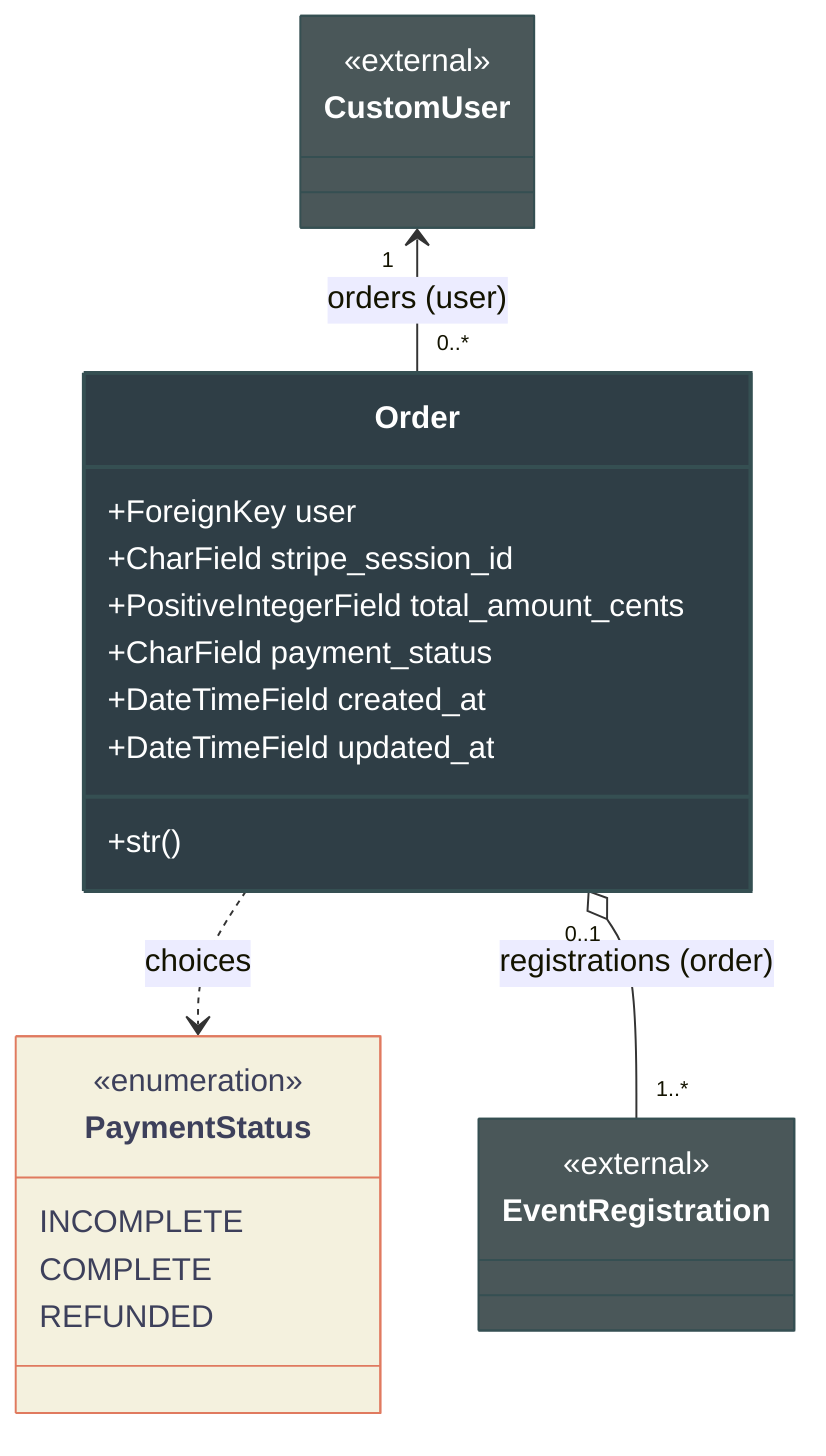
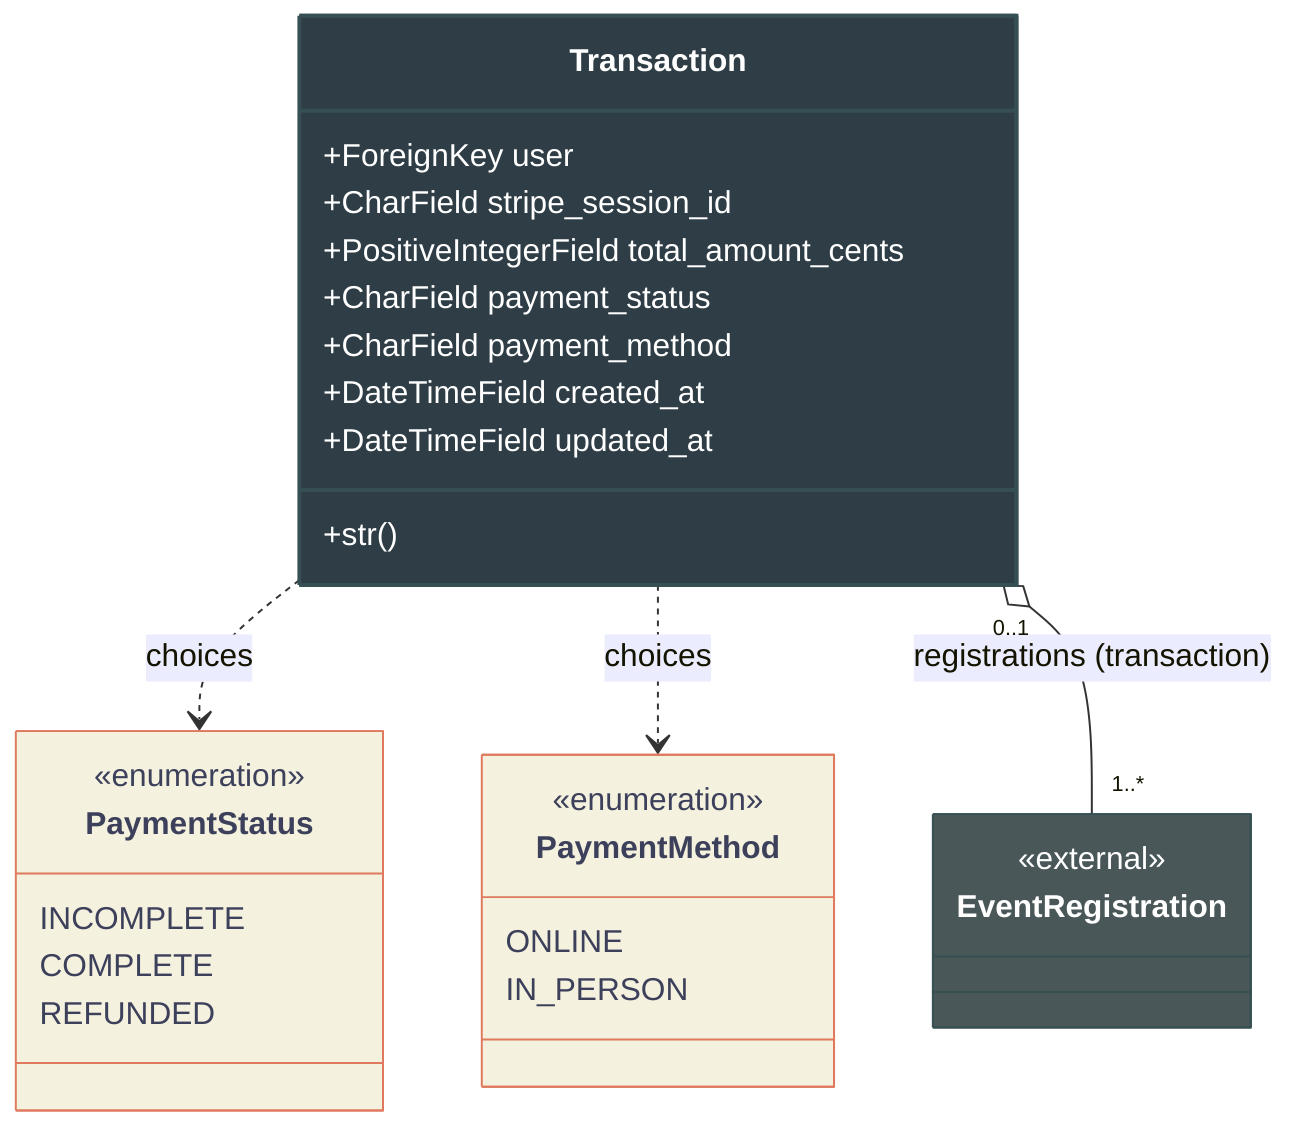
classDiagram
    direction TB

    %% Enums
    class PaymentStatus {
        <<enumeration>>
        INCOMPLETE
        COMPLETE
        REFUNDED
    }

+     class PaymentMethod {
+         <<enumeration>>
+         ONLINE
+         IN_PERSON
+     }
+ 
    %% Main App Models
-     class Order {
+     class Transaction {
        +ForeignKey user
        +CharField stripe_session_id
        +PositiveIntegerField total_amount_cents
        +CharField payment_status
+         +CharField payment_method
        +DateTimeField created_at
        +DateTimeField updated_at
        +str()
    }

    %% External Cross-App References
-     class CustomUser {
-         <<external>>
-     }
    class EventRegistration {
        <<external>>
    }

    %% Establishing Data Relationships
-     Order ..> PaymentStatus : choices
+     Transaction ..> PaymentStatus : choices
+     Transaction ..> PaymentMethod : choices

    %% Cross-App Hooks
-     CustomUser "1" <-- "0..*" Order : orders (user)
-     Order "0..1" o-- "1..*" EventRegistration : registrations (order)
+     Transaction "0..1" o-- "1..*" EventRegistration : registrations (transaction)

    %% STYLING: Nordic Minimalist
    %% Core Transaction Entities (Deep Slate Blue)
-     style Order fill:#2f3e46,stroke:#354f52,stroke-width:2px,color:#fff
+     style Transaction fill:#2f3e46,stroke:#354f52,stroke-width:2px,color:#fff

    %% Choices Enums (Muted Sand/Cream)
    style PaymentStatus fill:#f4f1de,stroke:#e07a5f,stroke-width:1px,color:#3d405b
+     style PaymentMethod fill:#f4f1de,stroke:#e07a5f,stroke-width:1px,color:#3d405b

    %% External Dependencies (Light Charcoal / Gray Border)
-     style CustomUser fill:#4a5759,stroke:#354f52,stroke-width:1px,color:#fff
    style EventRegistration fill:#4a5759,stroke:#354f52,stroke-width:1px,color:#fff